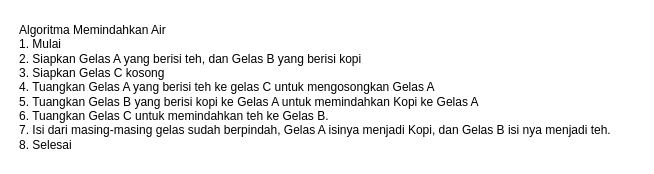
mfdrfauzi/fwg17-computer-science keeps this draw.io diagram as Algoritma Mindahkan Air.drawio. Above is the earlier version. Source tidied: cells renumbered, new cells numbered last; positions are measured from the earlier drawing's top-left corner, leaving out a move shared by most shapes. Both pictures are drawn from the tidied source at 100%, with x=0, y=0 at pixel (17, 17).
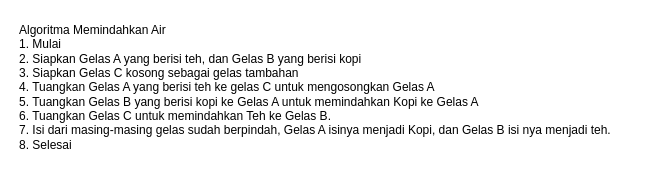
After the change.

Diff of the diagram source:
```diff
@@
 <mxGraphModel>
   <root>
     <mxCell id="0" />
     <mxCell id="1" parent="0" />
-    <mxCell id="2" value="Algoritma Memindahkan Air&lt;br&gt;1. Mulai&lt;br&gt;2. Siapkan Gelas A yang berisi teh, dan Gelas B yang berisi kopi&lt;br&gt;3. Siapkan Gelas C kosong&lt;br&gt;4. Tuangkan Gelas A yang berisi teh ke gelas C untuk mengosongkan Gelas A&lt;br&gt;5. Tuangkan Gelas B yang berisi kopi ke Gelas A untuk memindahkan Kopi ke Gelas A&lt;br&gt;6. Tuangkan Gelas C untuk memindahkan teh ke Gelas B.&lt;br&gt;7. Isi dari masing-masing gelas sudah berpindah, Gelas A isinya menjadi Kopi, dan Gelas B isi nya menjadi teh.&lt;br&gt;8. Selesai" style="text;html=1;align=left;verticalAlign=middle;strokeColor=none;fillColor=none;" parent="1" vertex="1">
+    <mxCell id="2" value="Algoritma Memindahkan Air&lt;br&gt;1. Mulai&lt;br&gt;2. Siapkan Gelas A yang berisi teh, dan Gelas B yang berisi kopi&lt;br&gt;3. Siapkan Gelas C kosong sebagai gelas tambahan&lt;br&gt;4. Tuangkan Gelas A yang berisi teh ke gelas C untuk mengosongkan Gelas A&lt;br&gt;5. Tuangkan Gelas B yang berisi kopi ke Gelas A untuk memindahkan Kopi ke Gelas A&lt;br&gt;6. Tuangkan Gelas C untuk memindahkan Teh ke Gelas B.&lt;br&gt;7. Isi dari masing-masing gelas sudah berpindah, Gelas A isinya menjadi Kopi, dan Gelas B isi nya menjadi teh.&lt;br&gt;8. Selesai" style="text;html=1;align=left;verticalAlign=middle;strokeColor=none;fillColor=none;" parent="1" vertex="1">
       <mxGeometry width="620" height="140" as="geometry" />
     </mxCell>
   </root>
 </mxGraphModel>
```
